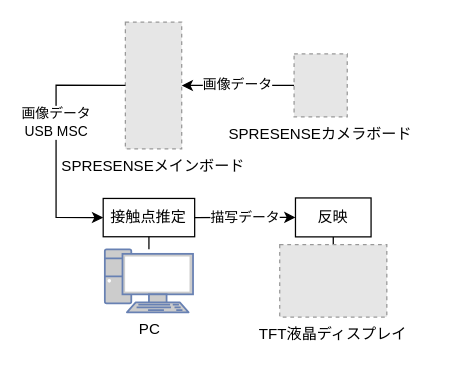
ryosuzaki/Sensing-Solution-2020 keeps this draw.io diagram as プロトタイプ.drawio. Above is the earlier version. Source tidied: cells renumbered, new cells numbered last; positions are measured from the earlier drawing's top-left corner, leaving out a move shared by most shapes. Both pictures are drawn from the tidied source at 126%, with x=0, y=0 at pixel (55, 21). Pictures stored in the file or linked from it are replaced by grey dashed boxes.
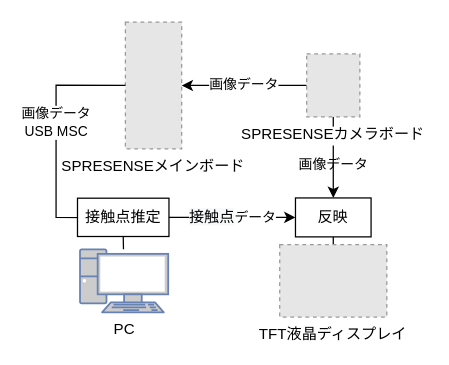
Above is the later version.

Commit message:
プロトタイプ.drawio を更新します

Change to the diagram source:
```diff
@@
 <mxGraphModel>
   <root>
     <mxCell id="0" />
     <mxCell id="1" parent="0" />
     <mxCell id="2" value="SPRESENSEメインボード" style="fillColor=#E6E6E6;strokeColor=#999999;dashed=1;verticalLabelPosition=bottom;labelBackgroundColor=default;verticalAlign=top;" parent="1" vertex="1">
       <mxGeometry x="55" width="44.7" height="100.7" as="geometry" />
     </mxCell>
     <mxCell id="3" value="画像データ" style="edgeStyle=orthogonalEdgeStyle;rounded=0;jettySize=auto;html=1;entryX=1;entryY=0.5;entryDx=0;entryDy=0;" parent="1" edge="1" source="12" target="2">
       <mxGeometry relative="1" as="geometry" />
     </mxCell>
     <mxCell id="4" value="画像データ&lt;br&gt;USB MSC" style="endArrow=classic;html=1;rounded=0;entryX=0;entryY=0.5;entryDx=0;entryDy=0;exitX=0;exitY=0.5;exitDx=0;exitDy=0;" parent="1" edge="1">
       <mxGeometry x="-0.14" relative="1" as="geometry">
         <mxPoint x="55" y="50.3" as="sourcePoint" />
         <mxPoint x="37.4" y="155.2" as="targetPoint" />
         <Array as="points">
           <mxPoint y="50" />
           <mxPoint y="155" />
         </Array>
       </mxGeometry>
     </mxCell>
     <mxCell id="5" value="接触点推定" style="rounded=0;whiteSpace=wrap;html=1;" parent="1" vertex="1">
-      <mxGeometry x="37.4" y="140" width="72.6" height="30.4" as="geometry" />
+      <mxGeometry x="17" y="139.8" width="72.6" height="30.4" as="geometry" />
     </mxCell>
     <mxCell id="6" value="&lt;font color=&quot;#000000&quot;&gt;PC&lt;/font&gt;" style="fontColor=#0066CC;verticalAlign=top;verticalLabelPosition=bottom;labelPosition=center;align=center;html=1;outlineConnect=0;fillColor=#CCCCCC;strokeColor=#6881B3;gradientColor=none;gradientDirection=north;strokeWidth=2;shape=mxgraph.networks.pc;" parent="1" vertex="1">
-      <mxGeometry x="38.7" y="180.4" width="70" height="50" as="geometry" />
+      <mxGeometry x="19" y="180.4" width="70" height="50" as="geometry" />
     </mxCell>
     <mxCell id="7" style="endArrow=none;html=1;rounded=0;entryX=0.5;entryY=1;entryDx=0;entryDy=0;" parent="1" edge="1" source="6" target="5">
       <mxGeometry relative="1" as="geometry" />
     </mxCell>
     <mxCell id="8" value="反映" style="rounded=0;whiteSpace=wrap;html=1;" parent="1" vertex="1">
       <mxGeometry x="190" y="139.6" width="60" height="30.9" as="geometry" />
     </mxCell>
-    <mxCell id="9" value="描写データ" style="endArrow=classic;html=1;rounded=0;exitX=1;exitY=0.5;exitDx=0;exitDy=0;entryX=0;entryY=0.5;entryDx=0;entryDy=0;" parent="1" edge="1" source="5" target="8">
+    <mxCell id="9" value="&lt;span style=&quot;font-size: 12px; background-color: rgb(248, 249, 250);&quot;&gt;接触点&lt;/span&gt;データ" style="endArrow=classic;html=1;rounded=0;exitX=1;exitY=0.5;exitDx=0;exitDy=0;entryX=0;entryY=0.5;entryDx=0;entryDy=0;" parent="1" edge="1" source="5" target="8">
       <mxGeometry relative="1" as="geometry" />
     </mxCell>
     <mxCell id="10" style="endArrow=none;html=1;rounded=0;entryX=0.5;entryY=1;entryDx=0;entryDy=0;exitX=0.5;exitY=0;exitDx=0;exitDy=0;" parent="1" edge="1" source="11" target="8">
       <mxGeometry relative="1" as="geometry" />
     </mxCell>
     <mxCell id="11" value="TFT液晶ディスプレイ" style="fillColor=#E6E6E6;strokeColor=#999999;dashed=1;verticalLabelPosition=bottom;labelBackgroundColor=default;verticalAlign=top;" parent="1" vertex="1">
       <mxGeometry x="177.5" y="176.7" width="85" height="57.4" as="geometry" />
     </mxCell>
+    <mxCell id="13" value="&#10;&lt;span style=&quot;color: rgb(0, 0, 0); font-family: Helvetica; font-size: 11px; font-style: normal; font-variant-ligatures: normal; font-variant-caps: normal; font-weight: 400; letter-spacing: normal; orphans: 2; text-align: center; text-indent: 0px; text-transform: none; widows: 2; word-spacing: 0px; -webkit-text-stroke-width: 0px; text-decoration-thickness: initial; text-decoration-style: initial; text-decoration-color: initial; float: none; display: inline !important;&quot;&gt;画像データ&lt;/span&gt;&#10;&#10;" style="edgeStyle=orthogonalEdgeStyle;rounded=0;jettySize=auto;html=1;exitX=0.5;exitY=1;exitDx=0;exitDy=0;entryX=0.5;entryY=0;entryDx=0;entryDy=0;fontColor=#000000;labelBackgroundColor=none;" parent="1" edge="1" source="12" target="8">
+      <mxGeometry x="0.39" relative="1" as="geometry" />
+    </mxCell>
     <mxCell id="12" value="SPRESENSEカメラボード" style="fillColor=#E6E6E6;strokeColor=#999999;dashed=1;verticalLabelPosition=bottom;labelBackgroundColor=default;verticalAlign=top;" parent="1" vertex="1">
-      <mxGeometry x="188.9" y="25.3" width="42.2" height="50" as="geometry" />
+      <mxGeometry x="198.9" y="25.3" width="42.2" height="50" as="geometry" />
     </mxCell>
   </root>
 </mxGraphModel>
```
